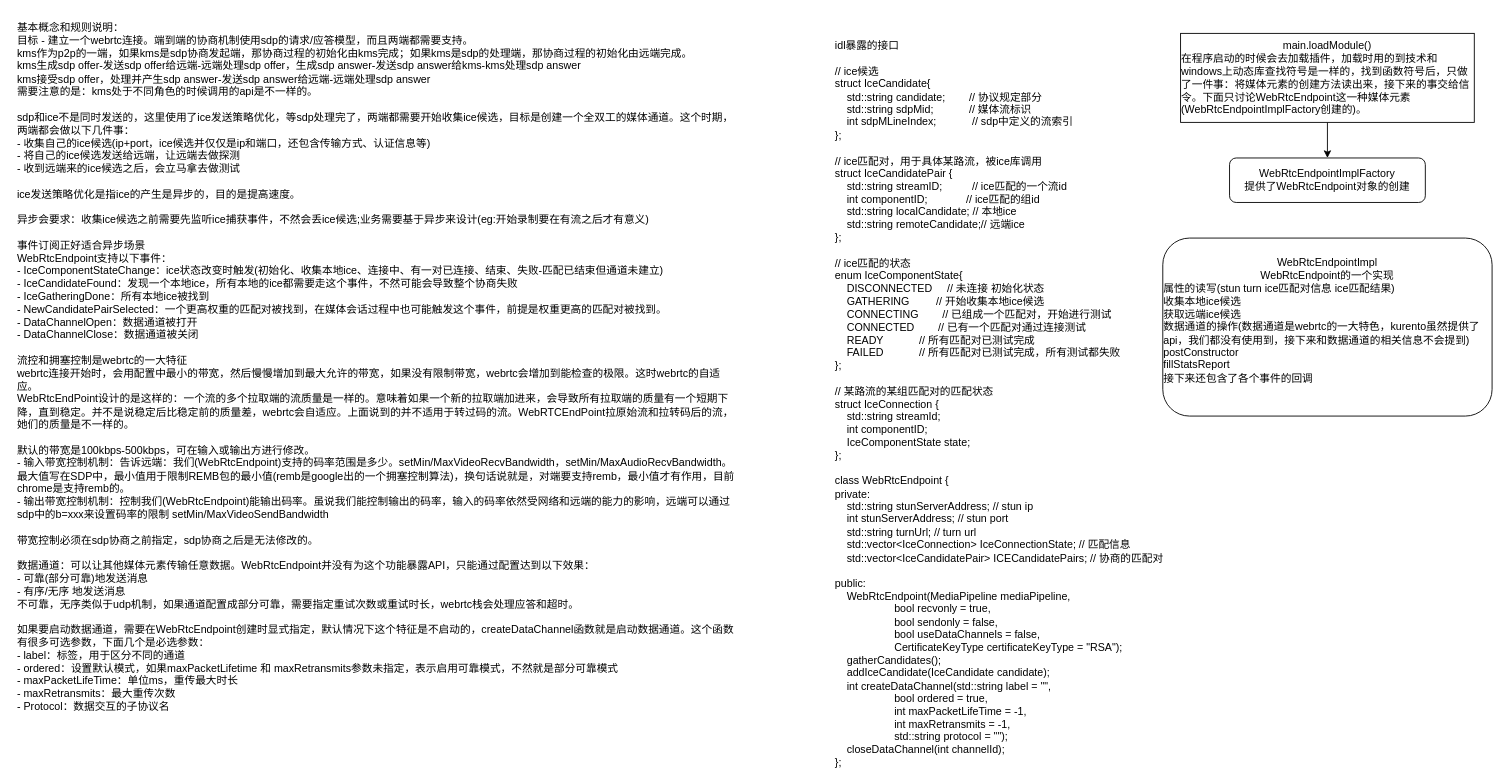
Before: page "WebRtcEndpoint" (2 of 2) of kms源码分析/kms分析文字版本.drawio in 63isOK/conference_graph, a draw.io diagram. Source tidied: cells renumbered, new cells numbered last; positions are measured from the earlier drawing's top-left corner, leaving out a move shared by most shapes. Both pictures are drawn from the tidied source at 89%, with x=0, y=0 at pixel (15, 15).
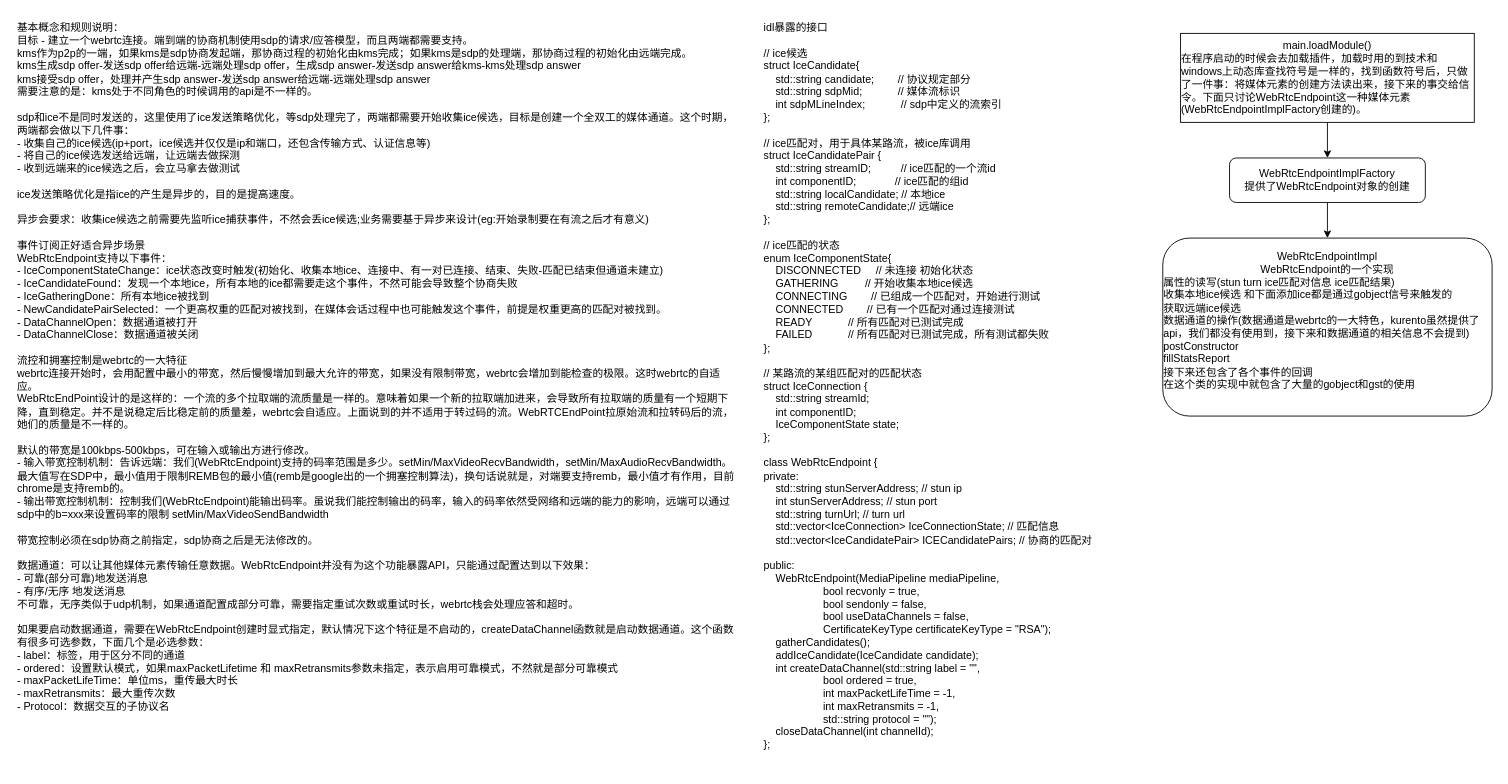
The same diagram, later.

Commit message:
更新kms分析文字版本.drawio

What changed in the source:
```diff
@@
 <mxGraphModel>
   <root>
     <mxCell id="0" />
     <mxCell id="1" parent="0" />
     <mxCell id="2" value="基本概念和规则说明：&lt;br&gt;目标 - 建立一个webrtc连接。端到端的协商机制使用sdp的请求/应答模型，而且两端都需要支持。&lt;br&gt;kms作为p2p的一端，如果kms是sdp协商发起端，那协商过程的初始化由kms完成；如果kms是sdp的处理端，那协商过程的初始化由远端完成。&lt;br&gt;kms生成sdp offer-发送sdp offer给远端-远端处理sdp offer，生成sdp answer-发送sdp answer给kms-kms处理sdp answer&lt;br&gt;kms接受sdp offer，处理并产生sdp answer-发送sdp answer给远端-远端处理sdp answer&lt;br&gt;需要注意的是：kms处于不同角色的时候调用的api是不一样的。&lt;br&gt;&lt;br&gt;sdp和ice不是同时发送的，这里使用了ice发送策略优化，等sdp处理完了，两端都需要开始收集ice候选，目标是创建一个全双工的媒体通道。这个时期，两端都会做以下几件事：&lt;br&gt;- 收集自己的ice候选(ip+port，ice候选并仅仅是ip和端口，还包含传输方式、认证信息等)&lt;br&gt;- 将自己的ice候选发送给远端，让远端去做探测&lt;br&gt;- 收到远端来的ice候选之后，会立马拿去做测试&lt;br&gt;&lt;br&gt;ice发送策略优化是指ice的产生是异步的，目的是提高速度。&lt;br&gt;&lt;br&gt;异步会要求：收集ice候选之前需要先监听ice捕获事件，不然会丢ice候选;业务需要基于异步来设计(eg:开始录制要在有流之后才有意义)&lt;br&gt;&lt;br&gt;事件订阅正好适合异步场景&lt;br&gt;WebRtcEndpoint支持以下事件：&lt;br&gt;-&amp;nbsp;&lt;span&gt;IceComponentStateChange：ice状态改变时触发(初始化、收集本地ice、连接中、有一对已连接、结束、失败-匹配已结束但通道未建立)&lt;br&gt;&lt;/span&gt;-&amp;nbsp;&lt;span&gt;IceCandidateFound：发现一个本地ice，所有本地的ice都需要走这个事件，不然可能会导致整个协商失败&lt;br&gt;&lt;/span&gt;-&amp;nbsp;&lt;span&gt;IceGatheringDone：所有本地ice被找到&lt;br&gt;&lt;/span&gt;-&amp;nbsp;&lt;span&gt;NewCandidatePairSelected：一个更高权重的匹配对被找到，在媒体会话过程中也可能触发这个事件，前提是权重更高的匹配对被找到。&lt;br&gt;&lt;/span&gt;- D&lt;span&gt;ataChannelOpen：数据通道被打开&lt;br&gt;&lt;/span&gt;- D&lt;span&gt;ataChannelClose：数据通道被关闭&lt;br&gt;&lt;/span&gt;&lt;br&gt;流控和拥塞控制是webrtc的一大特征&lt;br&gt;webrtc连接开始时，会用配置中最小的带宽，然后慢慢增加到最大允许的带宽，如果没有限制带宽，webrtc会增加到能检查的极限。这时webrtc的自适应。&lt;br&gt;WebRtcEndPoint设计的是这样的：一个流的多个拉取端的流质量是一样的。意味着如果一个新的拉取端加进来，会导致所有拉取端的质量有一个短期下降，直到稳定。并不是说稳定后比稳定前的质量差，webrtc会自适应。上面说到的并不适用于转过码的流。WebRTCEndPoint拉原始流和拉转码后的流，她们的质量是不一样的。&lt;br&gt;&lt;br&gt;默认的带宽是100kbps-500kbps，可在输入或输出方进行修改。&lt;br&gt;- 输入带宽控制机制：告诉远端：我们(WebRtcEndpoint)支持的码率范围是多少。&lt;span&gt;setMin/MaxVideoRecvBandwidth，&lt;/span&gt;&lt;span&gt;setMin/MaxAudioRecvBandwidth&lt;/span&gt;。最大值写在SDP中，最小值用于限制REMB包的最小值(remb是google出的一个拥塞控制算法)，换句话说就是，对端要支持remb，最小值才有作用，目前chrome是支持remb的。&lt;br&gt;- 输出带宽控制机制：控制我们(WebRtcEndpoint)能输出码率。虽说我们能控制输出的码率，输入的码率依然受网络和远端的能力的影响，远端可以通过sdp中的b=xxx来设置码率的限制&amp;nbsp;&lt;span&gt;setMin/MaxVideoSendBandwidth&lt;br&gt;&lt;/span&gt;&lt;br&gt;带宽控制必须在sdp协商之前指定，sdp协商之后是无法修改的。&lt;br&gt;&lt;br&gt;数据通道：可以让其他媒体元素传输任意数据。WebRtcEndpoint并没有为这个功能暴露API，只能通过配置达到以下效果：&lt;br&gt;- 可靠(部分可靠)地发送消息&lt;br&gt;- 有序/无序 地发送消息&lt;br&gt;不可靠，无序类似于udp机制，如果通道配置成部分可靠，需要指定重试次数或重试时长，webrtc栈会处理应答和超时。&lt;br&gt;&lt;br&gt;如果要启动数据通道，需要在WebRtcEndpoint创建时显式指定，默认情况下这个特征是不启动的，&lt;span&gt;createDataChannel函数就是启动数据通道。这个函数有很多可选参数，下面几个是必选参数：&lt;br&gt;&lt;/span&gt;- label：标签，用于区分不同的通道&lt;br&gt;- ordered：设置默认模式，如果&lt;span&gt;maxPacketLifetime 和 maxRetransmits参数未指定，表示启用可靠模式，不然就是部分可靠模式&lt;br&gt;&lt;/span&gt;-&amp;nbsp;&lt;span&gt;maxPacketLifeTime：单位ms，重传最大时长&lt;br&gt;&lt;/span&gt;-&amp;nbsp;&lt;span&gt;maxRetransmits：最大重传次数&lt;br&gt;&lt;/span&gt;-&amp;nbsp;&lt;span&gt;Protocol：数据交互的子协议名&lt;/span&gt;&lt;br&gt;" style="text;html=1;strokeColor=none;fillColor=none;align=left;verticalAlign=top;whiteSpace=wrap;rounded=0;" parent="1" vertex="1">
       <mxGeometry width="809" height="750" as="geometry" />
     </mxCell>
     <mxCell id="3" value="&lt;div&gt;idl暴露的接口&lt;/div&gt;&lt;div&gt;&lt;br&gt;&lt;/div&gt;&lt;div&gt;// ice候选&lt;/div&gt;&lt;div&gt;struct IceCandidate{&lt;/div&gt;&lt;div&gt;&amp;nbsp; &amp;nbsp; std::string candidate;&amp;nbsp; &amp;nbsp; &amp;nbsp; &amp;nbsp; // 协议规定部分&lt;/div&gt;&lt;div&gt;&amp;nbsp; &amp;nbsp; std::string sdpMid;&amp;nbsp; &amp;nbsp; &amp;nbsp; &amp;nbsp; &amp;nbsp; &amp;nbsp; // 媒体流标识&lt;/div&gt;&lt;div&gt;&amp;nbsp; &amp;nbsp; int sdpMLineIndex;&amp;nbsp; &amp;nbsp; &amp;nbsp; &amp;nbsp; &amp;nbsp; &amp;nbsp; // sdp中定义的流索引&lt;/div&gt;&lt;div&gt;};&lt;/div&gt;&lt;div&gt;&lt;br&gt;&lt;/div&gt;&lt;div&gt;// ice匹配对，用于具体某路流，被ice库调用&lt;/div&gt;&lt;div&gt;struct IceCandidatePair {&lt;/div&gt;&lt;div&gt;&amp;nbsp; &amp;nbsp; std::string streamID;&amp;nbsp; &amp;nbsp; &amp;nbsp; &amp;nbsp; &amp;nbsp; // ice匹配的一个流id&lt;/div&gt;&lt;div&gt;&amp;nbsp; &amp;nbsp; int componentID;&amp;nbsp; &amp;nbsp; &amp;nbsp; &amp;nbsp; &amp;nbsp; &amp;nbsp; &amp;nbsp;// ice匹配的组id&lt;/div&gt;&lt;div&gt;&amp;nbsp; &amp;nbsp; std::string localCandidate; // 本地ice&lt;/div&gt;&lt;div&gt;&amp;nbsp; &amp;nbsp; std::string remoteCandidate;// 远端ice&lt;/div&gt;&lt;div&gt;};&lt;/div&gt;&lt;div&gt;&lt;br&gt;&lt;/div&gt;&lt;div&gt;// ice匹配的状态&lt;/div&gt;&lt;div&gt;enum IceComponentState{&lt;/div&gt;&lt;div&gt;&amp;nbsp; &amp;nbsp; DISCONNECTED&amp;nbsp; &amp;nbsp; &amp;nbsp;// 未连接 初始化状态&lt;/div&gt;&lt;div&gt;&amp;nbsp; &amp;nbsp; GATHERING&amp;nbsp; &amp;nbsp; &amp;nbsp; &amp;nbsp; &amp;nbsp;// 开始收集本地ice候选&lt;/div&gt;&lt;div&gt;&amp;nbsp; &amp;nbsp; CONNECTING&amp;nbsp; &amp;nbsp; &amp;nbsp; &amp;nbsp; // 已组成一个匹配对，开始进行测试&lt;/div&gt;&lt;div&gt;&amp;nbsp; &amp;nbsp; CONNECTED&amp;nbsp; &amp;nbsp; &amp;nbsp; &amp;nbsp; // 已有一个匹配对通过连接测试&lt;/div&gt;&lt;div&gt;&amp;nbsp; &amp;nbsp; READY&amp;nbsp; &amp;nbsp; &amp;nbsp; &amp;nbsp; &amp;nbsp; &amp;nbsp; // 所有匹配对已测试完成&lt;/div&gt;&lt;div&gt;&amp;nbsp; &amp;nbsp; FAILED&amp;nbsp; &amp;nbsp; &amp;nbsp; &amp;nbsp; &amp;nbsp; &amp;nbsp; // 所有匹配对已测试完成，所有测试都失败&lt;/div&gt;&lt;div&gt;};&lt;/div&gt;&lt;div&gt;&lt;br&gt;&lt;/div&gt;&lt;div&gt;// 某路流的某组匹配对的匹配状态&lt;/div&gt;&lt;div&gt;struct IceConnection {&lt;/div&gt;&lt;div&gt;&amp;nbsp; &amp;nbsp; std::string streamId;&lt;/div&gt;&lt;div&gt;&amp;nbsp; &amp;nbsp; int componentID;&lt;/div&gt;&lt;div&gt;&amp;nbsp; &amp;nbsp; IceComponentState state;&lt;/div&gt;&lt;div&gt;};&lt;/div&gt;&lt;div&gt;&lt;br&gt;&lt;/div&gt;&lt;div&gt;class WebRtcEndpoint {&lt;/div&gt;&lt;div&gt;private:&lt;/div&gt;&lt;div&gt;&amp;nbsp; &amp;nbsp; std::string stunServerAddress; // stun ip&lt;/div&gt;&lt;div&gt;&amp;nbsp; &amp;nbsp; int stunServerAddress; // stun port&lt;/div&gt;&lt;div&gt;&amp;nbsp; &amp;nbsp; std::string turnUrl; // turn url&lt;/div&gt;&lt;div&gt;&amp;nbsp; &amp;nbsp; std::vector&amp;lt;IceConnection&amp;gt; IceConnectionState; // 匹配信息&lt;/div&gt;&lt;div&gt;&amp;nbsp; &amp;nbsp; std::vector&amp;lt;IceCandidatePair&amp;gt; ICECandidatePairs; // 协商的匹配对&lt;/div&gt;&lt;span&gt;&lt;br&gt;&lt;/span&gt;&lt;div&gt;public:&lt;/div&gt;&lt;div&gt;&amp;nbsp; &amp;nbsp; WebRtcEndpoint(MediaPipeline mediaPipeline,&lt;/div&gt;&lt;div&gt;&amp;nbsp; &amp;nbsp; &amp;nbsp; &amp;nbsp; &amp;nbsp; &amp;nbsp; &amp;nbsp; &amp;nbsp; &amp;nbsp; &amp;nbsp; bool recvonly = true,&lt;/div&gt;&lt;div&gt;&amp;nbsp; &amp;nbsp; &amp;nbsp; &amp;nbsp; &amp;nbsp; &amp;nbsp; &amp;nbsp; &amp;nbsp; &amp;nbsp; &amp;nbsp; bool sendonly = false,&lt;/div&gt;&lt;div&gt;&amp;nbsp; &amp;nbsp; &amp;nbsp; &amp;nbsp; &amp;nbsp; &amp;nbsp; &amp;nbsp; &amp;nbsp; &amp;nbsp; &amp;nbsp; bool useDataChannels = false,&lt;/div&gt;&lt;div&gt;&amp;nbsp; &amp;nbsp; &amp;nbsp; &amp;nbsp; &amp;nbsp; &amp;nbsp; &amp;nbsp; &amp;nbsp; &amp;nbsp; &amp;nbsp; CertificateKeyType certificateKeyType = &quot;RSA&quot;);&lt;/div&gt;&lt;div&gt;&amp;nbsp; &amp;nbsp; gatherCandidates();&lt;/div&gt;&lt;div&gt;&amp;nbsp; &amp;nbsp; addIceCandidate(IceCandidate candidate);&lt;/div&gt;&lt;div&gt;&amp;nbsp; &amp;nbsp; int createDataChannel(std::string label = &quot;&quot;,&lt;/div&gt;&lt;div&gt;&amp;nbsp; &amp;nbsp; &amp;nbsp; &amp;nbsp; &amp;nbsp; &amp;nbsp; &amp;nbsp; &amp;nbsp; &amp;nbsp; &amp;nbsp; bool ordered = true,&lt;/div&gt;&lt;div&gt;&amp;nbsp; &amp;nbsp; &amp;nbsp; &amp;nbsp; &amp;nbsp; &amp;nbsp; &amp;nbsp; &amp;nbsp; &amp;nbsp; &amp;nbsp; int maxPacketLifeTime = -1,&lt;/div&gt;&lt;div&gt;&amp;nbsp; &amp;nbsp; &amp;nbsp; &amp;nbsp; &amp;nbsp; &amp;nbsp; &amp;nbsp; &amp;nbsp; &amp;nbsp; &amp;nbsp; int maxRetransmits = -1,&lt;/div&gt;&lt;div&gt;&amp;nbsp; &amp;nbsp; &amp;nbsp; &amp;nbsp; &amp;nbsp; &amp;nbsp; &amp;nbsp; &amp;nbsp; &amp;nbsp; &amp;nbsp; std::string protocol = &quot;&quot;);&lt;/div&gt;&lt;div&gt;&amp;nbsp; &amp;nbsp; closeDataChannel(int channelId);&lt;/div&gt;&lt;div&gt;};&lt;/div&gt;" style="text;html=1;strokeColor=none;fillColor=none;align=left;verticalAlign=top;whiteSpace=wrap;rounded=0;" parent="1" vertex="1">
-      <mxGeometry x="919" y="20" width="390" height="810" as="geometry" />
+      <mxGeometry x="839" width="390" height="810" as="geometry" />
     </mxCell>
     <mxCell id="4" style="edgeStyle=orthogonalEdgeStyle;rounded=0;jettySize=auto;html=1;" parent="1" edge="1" source="5" target="6">
       <mxGeometry relative="1" as="geometry" />
     </mxCell>
     <mxCell id="5" value="main.loadModule()&lt;br&gt;&lt;div style=&quot;text-align: left&quot;&gt;&lt;span&gt;在程序启动的时候会去加载插件，加载时用的到技术和windows上动态库查找符号是一样的，找到函数符号后，只做了一件事：将媒体元素的创建方法读出来，接下来的事交给信令。下面只讨论WebRtcEndpoint这一种媒体元素(&lt;/span&gt;&lt;span&gt;WebRtcEndpointImplFactory创建的&lt;/span&gt;&lt;span&gt;)。&lt;/span&gt;&lt;/div&gt;" style="rounded=0;whiteSpace=wrap;html=1;" parent="1" vertex="1">
       <mxGeometry x="1309" y="20" width="330" height="100" as="geometry" />
     </mxCell>
+    <mxCell id="8" style="edgeStyle=orthogonalEdgeStyle;rounded=0;jettySize=auto;html=1;" parent="1" edge="1" source="6" target="7">
+      <mxGeometry relative="1" as="geometry" />
+    </mxCell>
     <mxCell id="6" value="&lt;span&gt;WebRtcEndpointImplFactory&lt;br&gt;提供了WebRtcEndpoint对象的创建&lt;br&gt;&lt;/span&gt;" style="rounded=1;whiteSpace=wrap;html=1;align=center;" parent="1" vertex="1">
       <mxGeometry x="1364" y="160" width="220" height="50" as="geometry" />
     </mxCell>
-    <mxCell id="7" value="&lt;span&gt;WebRtcEndpointImpl&lt;br&gt;WebRtcEndpoint的一个实现&lt;br&gt;&lt;div style=&quot;text-align: left&quot;&gt;属性的读写(stun turn ice匹配对信息 ice匹配结果)&lt;/div&gt;&lt;div style=&quot;text-align: left&quot;&gt;收集本地ice候选&lt;/div&gt;&lt;div style=&quot;text-align: left&quot;&gt;获取远端ice候选&lt;/div&gt;&lt;div style=&quot;text-align: left&quot;&gt;数据通道的操作(数据通道是webrtc的一大特色，kurento虽然提供了api，我们都没有使用到，接下来和数据通道的相关信息不会提到)&lt;/div&gt;&lt;div style=&quot;text-align: left&quot;&gt;postConstructor&lt;br&gt;&lt;/div&gt;&lt;div style=&quot;text-align: left&quot;&gt;fillStatsReport&lt;br&gt;&lt;/div&gt;&lt;div style=&quot;text-align: left&quot;&gt;接下来还包含了各个事件的回调&lt;/div&gt;&lt;div style=&quot;text-align: left&quot;&gt;&lt;br&gt;&lt;/div&gt;&lt;/span&gt;" style="rounded=1;whiteSpace=wrap;html=1;align=center;" parent="1" vertex="1">
+    <mxCell id="7" value="&lt;span&gt;WebRtcEndpointImpl&lt;br&gt;WebRtcEndpoint的一个实现&lt;br&gt;&lt;div style=&quot;text-align: left&quot;&gt;属性的读写(stun turn ice匹配对信息 ice匹配结果)&lt;/div&gt;&lt;div style=&quot;text-align: left&quot;&gt;收集本地ice候选 和下面添加ice都是通过gobject信号来触发的&lt;/div&gt;&lt;div style=&quot;text-align: left&quot;&gt;获取远端ice候选&lt;/div&gt;&lt;div style=&quot;text-align: left&quot;&gt;数据通道的操作(数据通道是webrtc的一大特色，kurento虽然提供了api，我们都没有使用到，接下来和数据通道的相关信息不会提到)&lt;/div&gt;&lt;div style=&quot;text-align: left&quot;&gt;postConstructor&lt;br&gt;&lt;/div&gt;&lt;div style=&quot;text-align: left&quot;&gt;fillStatsReport&lt;br&gt;&lt;/div&gt;&lt;div style=&quot;text-align: left&quot;&gt;接下来还包含了各个事件的回调&lt;/div&gt;&lt;div style=&quot;text-align: left&quot;&gt;在这个类的实现中就包含了大量的gobject和gst的使用&lt;/div&gt;&lt;div style=&quot;text-align: left&quot;&gt;&lt;br&gt;&lt;/div&gt;&lt;/span&gt;" style="rounded=1;whiteSpace=wrap;html=1;align=center;" parent="1" vertex="1">
       <mxGeometry x="1289" y="250" width="370" height="200" as="geometry" />
     </mxCell>
   </root>
 </mxGraphModel>
```
